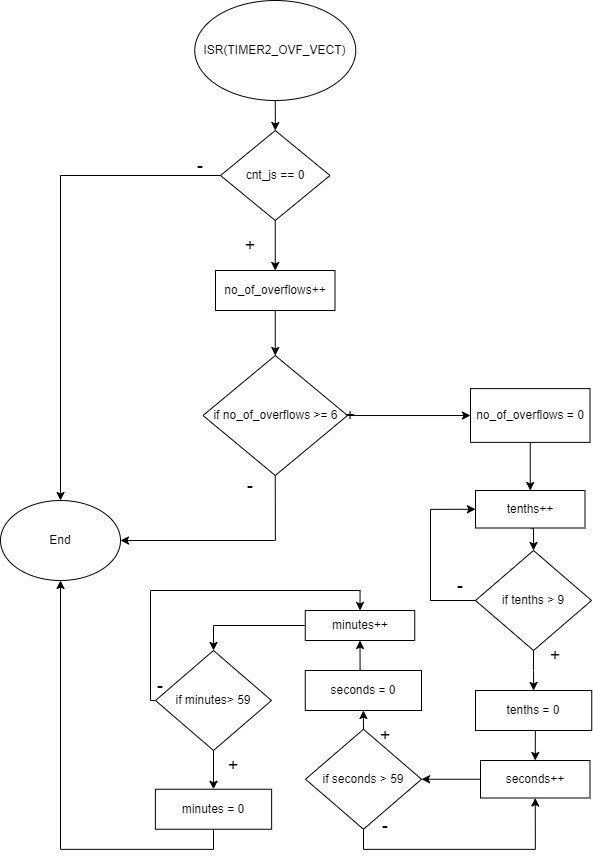
The draw.io diagram project1/Stopwatch.drawio.png in OndraFoltyn/digital-electronics-2, before a commit. Source tidied: cells renumbered, new cells last; positions are measured from the earlier drawing's top-left corner, leaving out a move shared by most shapes.
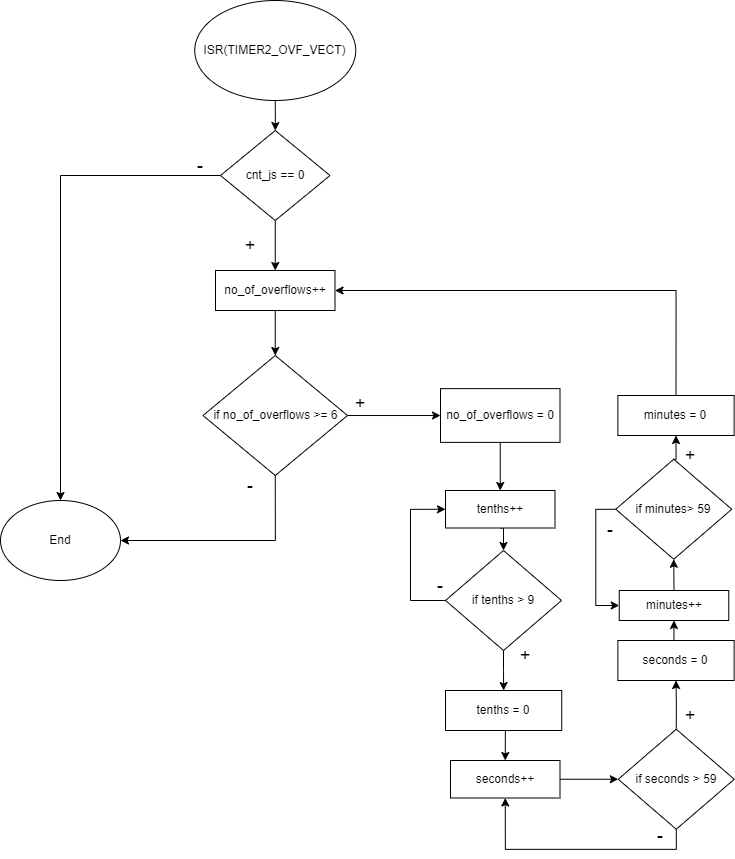
Later version of the same file.

Diff of the diagram source:
```diff
@@ -45,19 +45,19 @@
       <mxGeometry x="220" y="230" width="60" height="30" as="geometry" />
     </mxCell>
     <mxCell id="16" value="&lt;font style=&quot;font-size: 18px;&quot;&gt;+&lt;/font&gt;" style="text;html=1;strokeColor=none;fillColor=none;align=center;verticalAlign=middle;whiteSpace=wrap;rounded=0;" parent="1" vertex="1">
-      <mxGeometry x="320" y="400" width="60" height="30" as="geometry" />
+      <mxGeometry x="329.5" y="388.1" width="60" height="30" as="geometry" />
     </mxCell>
     <mxCell id="17" style="edgeStyle=orthogonalEdgeStyle;rounded=0;jettySize=auto;html=1;fontSize=18;" parent="1" edge="1" source="18" target="20">
       <mxGeometry relative="1" as="geometry" />
     </mxCell>
     <mxCell id="18" value="no_of_overflows = 0" style="whiteSpace=wrap;html=1;" parent="1" vertex="1">
-      <mxGeometry x="470" y="388.1" width="119.5" height="53.8" as="geometry" />
+      <mxGeometry x="440" y="388.1" width="119.5" height="53.8" as="geometry" />
     </mxCell>
     <mxCell id="19" style="edgeStyle=orthogonalEdgeStyle;rounded=0;jettySize=auto;html=1;exitX=0.5;exitY=1;exitDx=0;exitDy=0;entryX=0.5;entryY=0;entryDx=0;entryDy=0;fontSize=18;" parent="1" edge="1" source="20" target="23">
       <mxGeometry relative="1" as="geometry" />
     </mxCell>
     <mxCell id="20" value="tenths++" style="whiteSpace=wrap;html=1;" parent="1" vertex="1">
-      <mxGeometry x="475" y="490" width="109.5" height="37.5" as="geometry" />
+      <mxGeometry x="445" y="490" width="109.5" height="37.5" as="geometry" />
     </mxCell>
     <mxCell id="21" style="edgeStyle=orthogonalEdgeStyle;rounded=0;jettySize=auto;html=1;fontSize=18;" parent="1" edge="1" source="23" target="26">
       <mxGeometry relative="1" as="geometry" />
@@ -65,85 +65,79 @@
     <mxCell id="22" style="edgeStyle=orthogonalEdgeStyle;rounded=0;jettySize=auto;html=1;exitX=0;exitY=0.5;exitDx=0;exitDy=0;entryX=0;entryY=0.5;entryDx=0;entryDy=0;fontSize=18;" parent="1" edge="1" source="23" target="20">
       <mxGeometry relative="1" as="geometry">
         <Array as="points">
-          <mxPoint x="430" y="600" />
-          <mxPoint x="430" y="509" />
+          <mxPoint x="410" y="600" />
+          <mxPoint x="410" y="509" />
         </Array>
       </mxGeometry>
     </mxCell>
     <mxCell id="23" value="if tenths &amp;gt; 9" style="rhombus;whiteSpace=wrap;html=1;rounded=0;" parent="1" vertex="1">
-      <mxGeometry x="475" y="550" width="116" height="100" as="geometry" />
+      <mxGeometry x="445" y="550" width="116" height="100" as="geometry" />
     </mxCell>
     <mxCell id="24" value="&lt;font style=&quot;font-size: 18px;&quot;&gt;-&lt;/font&gt;" style="text;html=1;strokeColor=none;fillColor=none;align=center;verticalAlign=middle;whiteSpace=wrap;rounded=0;" parent="1" vertex="1">
-      <mxGeometry x="430" y="570" width="60" height="30" as="geometry" />
+      <mxGeometry x="410" y="570" width="60" height="30" as="geometry" />
     </mxCell>
     <mxCell id="25" style="edgeStyle=orthogonalEdgeStyle;rounded=0;jettySize=auto;html=1;exitX=0.5;exitY=1;exitDx=0;exitDy=0;entryX=0.5;entryY=0;entryDx=0;entryDy=0;fontSize=18;" parent="1" edge="1" source="26" target="28">
       <mxGeometry relative="1" as="geometry" />
     </mxCell>
     <mxCell id="26" value="tenths = 0" style="whiteSpace=wrap;html=1;rounded=0;" parent="1" vertex="1">
-      <mxGeometry x="475" y="690" width="116.2" height="40" as="geometry" />
+      <mxGeometry x="445" y="690" width="116.2" height="40" as="geometry" />
     </mxCell>
-    <mxCell id="27" style="edgeStyle=orthogonalEdgeStyle;rounded=0;jettySize=auto;html=1;exitX=0;exitY=0.5;exitDx=0;exitDy=0;entryX=1;entryY=0.5;entryDx=0;entryDy=0;fontSize=18;" parent="1" edge="1" source="28" target="31">
+    <mxCell id="27" style="edgeStyle=orthogonalEdgeStyle;rounded=0;jettySize=auto;html=1;exitX=1;exitY=0.5;exitDx=0;exitDy=0;entryX=0;entryY=0.5;entryDx=0;entryDy=0;fontSize=18;" parent="1" edge="1" source="28" target="31">
       <mxGeometry relative="1" as="geometry" />
     </mxCell>
     <mxCell id="28" value="seconds++" style="whiteSpace=wrap;html=1;" parent="1" vertex="1">
-      <mxGeometry x="480" y="760" width="109.5" height="37.5" as="geometry" />
+      <mxGeometry x="450" y="760" width="109.5" height="37.5" as="geometry" />
     </mxCell>
+    <mxCell id="30" style="edgeStyle=orthogonalEdgeStyle;rounded=0;jettySize=auto;html=1;exitX=0.5;exitY=0;exitDx=0;exitDy=0;entryX=0.5;entryY=1;entryDx=0;entryDy=0;fontSize=18;" parent="1" edge="1" source="31" target="33">
+      <mxGeometry relative="1" as="geometry" />
+    </mxCell>
     <mxCell id="29" style="edgeStyle=orthogonalEdgeStyle;rounded=0;jettySize=auto;html=1;exitX=0.5;exitY=1;exitDx=0;exitDy=0;entryX=0.5;entryY=1;entryDx=0;entryDy=0;fontSize=18;" parent="1" edge="1" source="31" target="28">
       <mxGeometry relative="1" as="geometry" />
     </mxCell>
-    <mxCell id="30" style="edgeStyle=orthogonalEdgeStyle;rounded=0;jettySize=auto;html=1;exitX=0.5;exitY=0;exitDx=0;exitDy=0;entryX=0.5;entryY=1;entryDx=0;entryDy=0;fontSize=18;" parent="1" edge="1" source="31" target="33">
-      <mxGeometry relative="1" as="geometry" />
-    </mxCell>
     <mxCell id="31" value="if seconds &amp;gt; 59" style="rhombus;whiteSpace=wrap;html=1;rounded=0;" parent="1" vertex="1">
-      <mxGeometry x="305" y="728.8" width="116" height="100" as="geometry" />
+      <mxGeometry x="617.8" y="728.8" width="116" height="100" as="geometry" />
     </mxCell>
     <mxCell id="32" style="edgeStyle=orthogonalEdgeStyle;rounded=0;jettySize=auto;html=1;exitX=0.5;exitY=0;exitDx=0;exitDy=0;entryX=0.5;entryY=1;entryDx=0;entryDy=0;fontSize=18;" parent="1" edge="1" source="33" target="35">
       <mxGeometry relative="1" as="geometry" />
     </mxCell>
     <mxCell id="33" value="seconds = 0" style="whiteSpace=wrap;html=1;rounded=0;" parent="1" vertex="1">
-      <mxGeometry x="304.8" y="670" width="116.2" height="40" as="geometry" />
+      <mxGeometry x="617.4" y="640" width="116.2" height="40" as="geometry" />
     </mxCell>
-    <mxCell id="34" style="edgeStyle=orthogonalEdgeStyle;rounded=0;jettySize=auto;html=1;exitX=0;exitY=0.5;exitDx=0;exitDy=0;entryX=0.5;entryY=0;entryDx=0;entryDy=0;fontSize=18;" parent="1" edge="1" source="35" target="38">
+    <mxCell id="34" style="edgeStyle=orthogonalEdgeStyle;rounded=0;jettySize=auto;html=1;exitX=0.5;exitY=0;exitDx=0;exitDy=0;entryX=0.5;entryY=1;entryDx=0;entryDy=0;fontSize=18;" parent="1" edge="1" source="35" target="38">
       <mxGeometry relative="1" as="geometry" />
     </mxCell>
     <mxCell id="35" value="minutes++" style="whiteSpace=wrap;html=1;" parent="1" vertex="1">
-      <mxGeometry x="304.8" y="610" width="109.5" height="30" as="geometry" />
+      <mxGeometry x="618.8" y="590" width="109.5" height="30" as="geometry" />
     </mxCell>
-    <mxCell id="36" style="edgeStyle=orthogonalEdgeStyle;rounded=0;jettySize=auto;html=1;exitX=0.5;exitY=1;exitDx=0;exitDy=0;entryX=0.5;entryY=0;entryDx=0;entryDy=0;fontSize=18;" parent="1" edge="1" source="38" target="40">
+    <mxCell id="36" style="edgeStyle=orthogonalEdgeStyle;rounded=0;jettySize=auto;html=1;exitX=0.5;exitY=0;exitDx=0;exitDy=0;entryX=0.5;entryY=1;entryDx=0;entryDy=0;fontSize=18;" parent="1" edge="1" source="38" target="40">
       <mxGeometry relative="1" as="geometry" />
     </mxCell>
-    <mxCell id="37" style="edgeStyle=orthogonalEdgeStyle;rounded=0;jettySize=auto;html=1;exitX=0;exitY=0.5;exitDx=0;exitDy=0;entryX=0.5;entryY=0;entryDx=0;entryDy=0;fontSize=18;" parent="1" edge="1" source="38" target="35">
-      <mxGeometry relative="1" as="geometry">
-        <Array as="points">
-          <mxPoint x="150" y="700" />
-          <mxPoint x="150" y="590" />
-          <mxPoint x="360" y="590" />
-        </Array>
-      </mxGeometry>
+    <mxCell id="37" style="edgeStyle=orthogonalEdgeStyle;rounded=0;jettySize=auto;html=1;exitX=0;exitY=0.5;exitDx=0;exitDy=0;entryX=0;entryY=0.5;entryDx=0;entryDy=0;fontSize=18;" parent="1" edge="1" source="38" target="35">
+      <mxGeometry relative="1" as="geometry" />
     </mxCell>
     <mxCell id="38" value="if minutes&amp;gt; 59" style="rhombus;whiteSpace=wrap;html=1;rounded=0;" parent="1" vertex="1">
-      <mxGeometry x="155" y="650" width="116" height="100" as="geometry" />
+      <mxGeometry x="615.2" y="458.8" width="116" height="100" as="geometry" />
     </mxCell>
-    <mxCell id="39" style="edgeStyle=orthogonalEdgeStyle;rounded=0;jettySize=auto;html=1;exitX=0.5;exitY=1;exitDx=0;exitDy=0;entryX=0.5;entryY=1;entryDx=0;entryDy=0;fontSize=18;" parent="1" edge="1" source="40" target="12">
-      <mxGeometry relative="1" as="geometry" />
-    </mxCell>
+    <mxCell id="46" style="edgeStyle=orthogonalEdgeStyle;rounded=0;jettySize=auto;html=1;exitX=0.5;exitY=0;exitDx=0;exitDy=0;entryX=1;entryY=0.5;entryDx=0;entryDy=0;fontSize=18;" parent="1" edge="1" source="40" target="8">
+      <mxGeometry relative="1" as="geometry" />
+    </mxCell>
     <mxCell id="40" value="minutes&amp;nbsp;= 0" style="whiteSpace=wrap;html=1;rounded=0;" parent="1" vertex="1">
-      <mxGeometry x="154.9" y="788.8" width="116.2" height="40" as="geometry" />
+      <mxGeometry x="617.4" y="395" width="116.2" height="40" as="geometry" />
     </mxCell>
     <mxCell id="41" value="&lt;font style=&quot;font-size: 18px;&quot;&gt;-&lt;/font&gt;" style="text;html=1;strokeColor=none;fillColor=none;align=center;verticalAlign=middle;whiteSpace=wrap;rounded=0;" parent="1" vertex="1">
-      <mxGeometry x="354.8" y="810" width="60" height="30" as="geometry" />
+      <mxGeometry x="630" y="820" width="60" height="30" as="geometry" />
     </mxCell>
     <mxCell id="42" value="&lt;font style=&quot;font-size: 18px;&quot;&gt;-&lt;/font&gt;" style="text;html=1;strokeColor=none;fillColor=none;align=center;verticalAlign=middle;whiteSpace=wrap;rounded=0;" parent="1" vertex="1">
-      <mxGeometry x="130" y="670" width="60" height="30" as="geometry" />
+      <mxGeometry x="580" y="514" width="60" height="30" as="geometry" />
     </mxCell>
     <mxCell id="43" value="&lt;font style=&quot;font-size: 18px;&quot;&gt;+&lt;/font&gt;" style="text;html=1;strokeColor=none;fillColor=none;align=center;verticalAlign=middle;whiteSpace=wrap;rounded=0;" parent="1" vertex="1">
-      <mxGeometry x="524.5" y="640" width="60" height="30" as="geometry" />
+      <mxGeometry x="494.5" y="640" width="60" height="30" as="geometry" />
     </mxCell>
     <mxCell id="44" value="&lt;font style=&quot;font-size: 18px;&quot;&gt;+&lt;/font&gt;" style="text;html=1;strokeColor=none;fillColor=none;align=center;verticalAlign=middle;whiteSpace=wrap;rounded=0;" parent="1" vertex="1">
-      <mxGeometry x="354.8" y="720" width="60" height="30" as="geometry" />
+      <mxGeometry x="660" y="700" width="60" height="30" as="geometry" />
     </mxCell>
     <mxCell id="45" value="&lt;font style=&quot;font-size: 18px;&quot;&gt;+&lt;/font&gt;" style="text;html=1;strokeColor=none;fillColor=none;align=center;verticalAlign=middle;whiteSpace=wrap;rounded=0;" parent="1" vertex="1">
-      <mxGeometry x="202.5" y="750" width="60" height="30" as="geometry" />
+      <mxGeometry x="660" y="440" width="60" height="30" as="geometry" />
     </mxCell>
   </root>
 </mxGraphModel>
```
